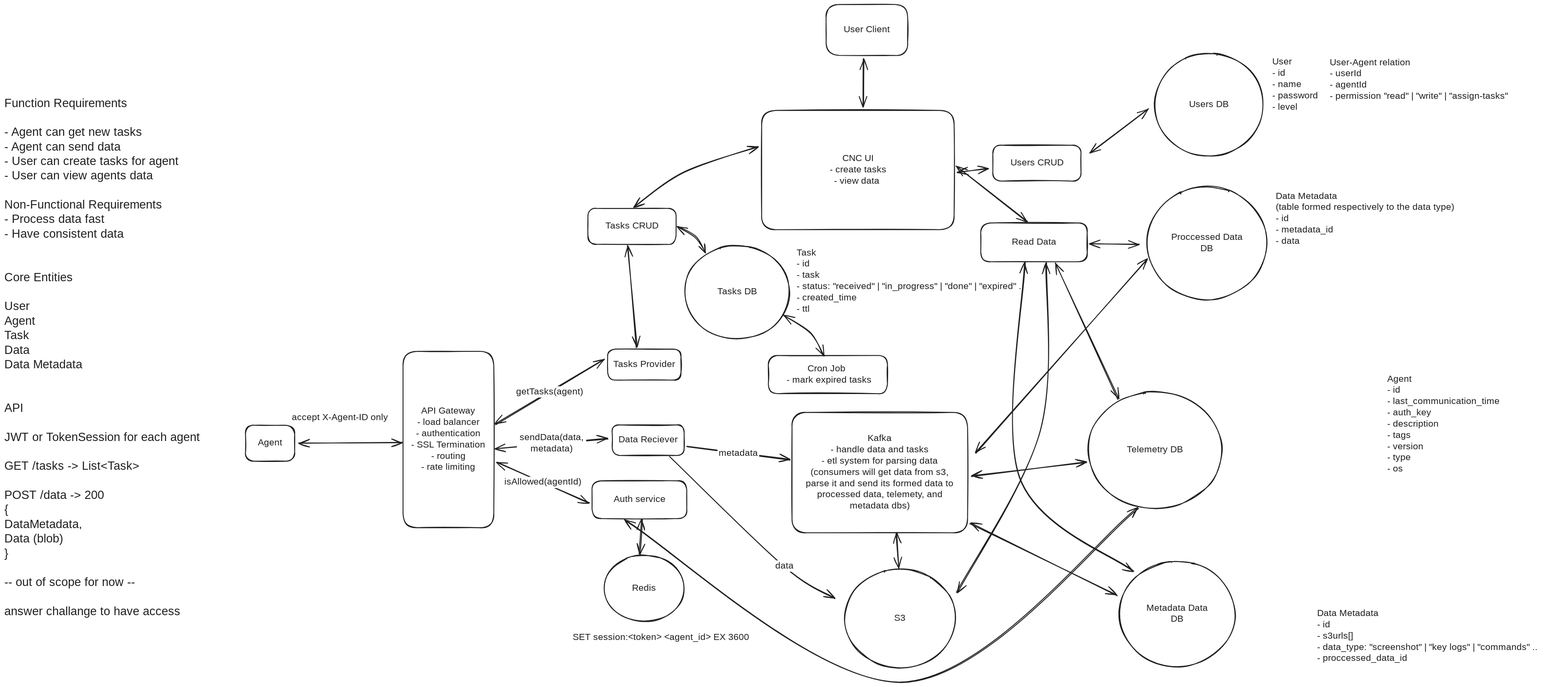
Before: assets/cnc.excalidraw.svg, a diagram exported from Excalidraw (yechielb2000/ghost-minion-cnc). Source tidied: one line per element, renumbered; positions are measured from the earlier drawing's top-left corner, leaving out a move shared by most shapes.
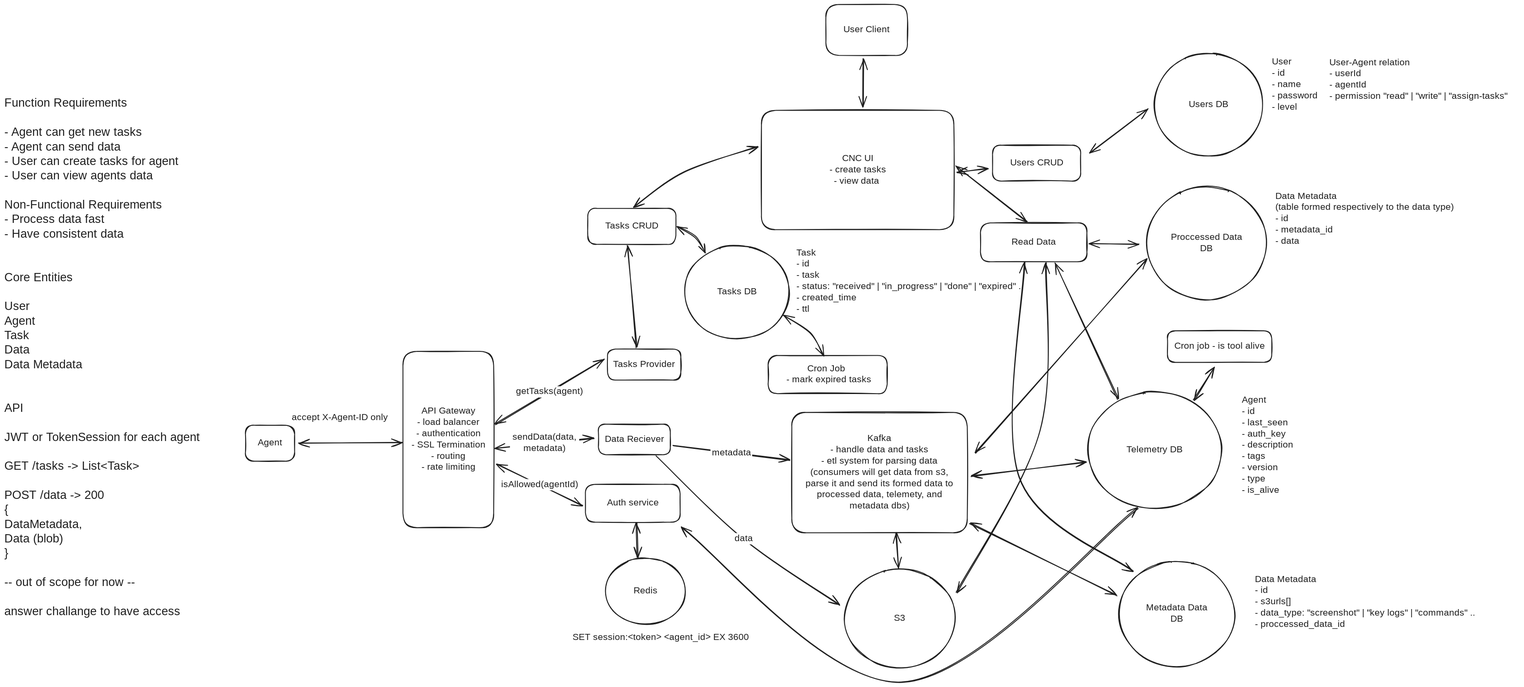
Above is the later version.

Diff of the diagram source:
```diff
@@ -6,20 +6,20 @@
 {"id": 5, "type": "arrow", "strokeColor": "#1e1e1e", "strokeWidth": 2, "roughness": 1, "startArrowhead": "arrow", "endArrowhead": "arrow", "round": true, "from": 1, "to": 3, "x": 654, "y": 975, "width": 230, "height": 0, "points": [[0, 0], [230, 0]]}
 {"id": 6, "type": "rectangle", "strokeColor": "#1e1e1e", "strokeWidth": 2, "roughness": 1, "round": true, "x": 1341, "y": 767, "width": 163, "height": 69}
 {"id": 7, "type": "text", "text": "Tasks Provider", "strokeColor": "#1e1e1e", "strokeWidth": 2, "roughness": 1, "fontSize": 20, "fontFamily": 5, "textAlign": "center", "verticalAlign": "middle", "inside": 6, "x": 1349, "y": 789, "width": 148, "height": 25}
-{"id": 8, "type": "rectangle", "strokeColor": "#1e1e1e", "strokeWidth": 2, "roughness": 1, "round": true, "x": 1351, "y": 935, "width": 160, "height": 68}
+{"id": 8, "type": "rectangle", "strokeColor": "#1e1e1e", "strokeWidth": 2, "roughness": 1, "round": true, "x": 1321, "y": 934, "width": 160, "height": 68}
-{"id": 9, "type": "text", "text": "Data Reciever", "strokeColor": "#1e1e1e", "strokeWidth": 2, "roughness": 1, "fontSize": 20, "fontFamily": 5, "textAlign": "center", "verticalAlign": "middle", "inside": 8, "x": 1362, "y": 957, "width": 138, "height": 25}
+{"id": 9, "type": "text", "text": "Data Reciever", "strokeColor": "#1e1e1e", "strokeWidth": 2, "roughness": 1, "fontSize": 20, "fontFamily": 5, "textAlign": "center", "verticalAlign": "middle", "inside": 8, "x": 1332, "y": 955, "width": 138, "height": 25}
 {"id": 10, "type": "arrow", "strokeColor": "#1e1e1e", "strokeWidth": 2, "roughness": 1, "startArrowhead": "arrow", "endArrowhead": "arrow", "round": true, "from": 3, "to": 6, "x": 1092, "y": 934, "width": 241, "height": 144, "points": [[0, 0], [241, -144]]}
 {"id": 11, "type": "text", "text": "getTasks(agent)", "strokeColor": "#1e1e1e", "strokeWidth": 2, "roughness": 1, "fontSize": 20, "fontFamily": 5, "textAlign": "center", "verticalAlign": "middle", "inside": 10, "x": 1166, "y": 897, "width": 164, "height": 25}
-{"id": 12, "type": "arrow", "strokeColor": "#1e1e1e", "strokeWidth": 2, "roughness": 1, "startArrowhead": "arrow", "endArrowhead": "arrow", "round": true, "from": 3, "to": 8, "x": 1091, "y": 988, "width": 252, "height": 22, "points": [[0, 0], [252, -22]]}
+{"id": 12, "type": "arrow", "strokeColor": "#1e1e1e", "strokeWidth": 2, "roughness": 1, "startArrowhead": "arrow", "endArrowhead": "arrow", "round": true, "from": 3, "to": 8, "x": 1091, "y": 987, "width": 221, "height": 22, "points": [[0, 0], [221, -22]]}
 {"id": 13, "type": "text", "text": "sendData(data,\nmetadata)", "strokeColor": "#1e1e1e", "strokeWidth": 2, "roughness": 1, "fontSize": 20, "fontFamily": 5, "textAlign": "center", "verticalAlign": "middle", "inside": 12, "x": 1175, "y": 995, "width": 154, "height": 50}
 {"id": 14, "type": "rectangle", "strokeColor": "#1e1e1e", "strokeWidth": 2, "roughness": 1, "round": true, "x": 1751, "y": 908, "width": 390, "height": 268}
 {"id": 15, "type": "text", "text": "Kafka\n- handle data and tasks\n- etl system for parsing data\n(consumers will get data from s3,\nparse it and send its formed data to\nprocessed data, telemety, and\nmetadata dbs)", "strokeColor": "#1e1e1e", "strokeWidth": 2, "roughness": 1, "fontSize": 20, "fontFamily": 5, "textAlign": "center", "verticalAlign": "middle", "inside": 14, "x": 1764, "y": 954, "width": 365, "height": 175}
-{"id": 16, "type": "arrow", "strokeColor": "#1e1e1e", "strokeWidth": 2, "roughness": 1, "endArrowhead": "arrow", "round": true, "from": 8, "to": 14, "x": 1518, "y": 984, "width": 228, "height": 30, "points": [[0, 0], [228, 30]]}
+{"id": 16, "type": "arrow", "strokeColor": "#1e1e1e", "strokeWidth": 2, "roughness": 1, "endArrowhead": "arrow", "round": true, "from": 8, "to": 14, "x": 1488, "y": 982, "width": 258, "height": 32, "points": [[0, 0], [258, 32]]}
 {"id": 17, "type": "text", "text": "metadata", "strokeColor": "#1e1e1e", "strokeWidth": 2, "roughness": 1, "fontSize": 20, "fontFamily": 5, "textAlign": "center", "verticalAlign": "middle", "inside": 16, "x": 1579, "y": 952, "width": 93, "height": 25}
 {"id": 18, "type": "ellipse", "strokeColor": "#1e1e1e", "strokeWidth": 2, "roughness": 1, "round": true, "x": 1868, "y": 1257, "width": 247, "height": 219}
 {"id": 19, "type": "text", "text": "S3", "strokeColor": "#1e1e1e", "strokeWidth": 2, "roughness": 1, "fontSize": 20, "fontFamily": 5, "textAlign": "center", "verticalAlign": "middle", "inside": 18, "x": 1979, "y": 1354, "width": 25, "height": 25}
-{"id": 20, "type": "arrow", "strokeColor": "#1e1e1e", "strokeWidth": 2, "roughness": 1, "endArrowhead": "arrow", "round": true, "from": 8, "to": 18, "x": 1479, "y": 1007, "width": 367, "height": 314, "points": [[0, 0], [255, 243], [367, 314]]}
+{"id": 20, "type": "arrow", "strokeColor": "#1e1e1e", "strokeWidth": 2, "roughness": 1, "endArrowhead": "arrow", "round": true, "from": 8, "to": 18, "x": 1449, "y": 1005, "width": 408, "height": 330, "points": [[0, 0], [195, 183], [408, 330]]}
-{"id": 21, "type": "text", "text": "data", "strokeColor": "#1e1e1e", "strokeWidth": 2, "roughness": 1, "fontSize": 20, "fontFamily": 5, "textAlign": "center", "verticalAlign": "middle", "inside": 20, "x": 1721, "y": 1186, "width": 46, "height": 25}
+{"id": 21, "type": "text", "text": "data", "strokeColor": "#1e1e1e", "strokeWidth": 2, "roughness": 1, "fontSize": 20, "fontFamily": 5, "textAlign": "center", "verticalAlign": "middle", "inside": 20, "x": 1711, "y": 1237, "width": 46, "height": 25}
 {"id": 22, "type": "ellipse", "strokeColor": "#1e1e1e", "strokeWidth": 2, "roughness": 1, "round": true, "x": 2479, "y": 1239, "width": 257, "height": 235}
 {"id": 23, "type": "text", "text": "Metadata Data\nDB", "strokeColor": "#1e1e1e", "strokeWidth": 2, "roughness": 1, "fontSize": 20, "fontFamily": 5, "textAlign": "center", "verticalAlign": "middle", "inside": 22, "x": 2532, "y": 1331, "width": 153, "height": 50}
 {"id": 24, "type": "ellipse", "strokeColor": "#1e1e1e", "strokeWidth": 2, "roughness": 1, "round": true, "x": 2558, "y": 108, "width": 241, "height": 229}
@@ -42,12 +42,12 @@
 {"id": 41, "type": "arrow", "strokeColor": "#1e1e1e", "strokeWidth": 2, "roughness": 1, "startArrowhead": "arrow", "endArrowhead": "arrow", "round": true, "from": 26, "to": 39, "x": 2117, "y": 360, "width": 158, "height": 124, "points": [[0, 0], [158, 124]]}
 {"id": 42, "type": "arrow", "strokeColor": "#1e1e1e", "strokeWidth": 2, "roughness": 1, "startArrowhead": "arrow", "endArrowhead": "arrow", "round": true, "from": 39, "to": 22, "x": 2269, "y": 575, "width": 253, "height": 686, "points": [[0, 0], [-13, 477], [241, 686]]}
 {"id": 43, "type": "text", "text": "User\n- id\n- name\n- password\n- level", "strokeColor": "#1e1e1e", "strokeWidth": 2, "roughness": 1, "fontSize": 20, "fontFamily": 5, "x": 2819, "y": 116, "width": 106, "height": 125}
-{"id": 44, "type": "text", "text": "Data Metadata\n- id\n- s3urls[]\n- data_type: \"screenshot\" | \"key logs\" | \"commands\" ..\n- proccessed_data_id", "strokeColor": "#1e1e1e", "strokeWidth": 2, "roughness": 1, "fontSize": 20, "fontFamily": 5, "x": 2919, "y": 1343, "width": 516, "height": 125}
+{"id": 44, "type": "text", "text": "Data Metadata\n- id\n- s3urls[]\n- data_type: \"screenshot\" | \"key logs\" | \"commands\" ..\n- proccessed_data_id", "strokeColor": "#1e1e1e", "strokeWidth": 2, "roughness": 1, "fontSize": 20, "fontFamily": 5, "x": 2781, "y": 1267, "width": 516, "height": 125}
 {"id": 45, "type": "ellipse", "strokeColor": "#1e1e1e", "strokeWidth": 2, "roughness": 1, "round": true, "x": 2541, "y": 405, "width": 266, "height": 251}
 {"id": 46, "type": "text", "text": "Proccessed Data\nDB", "strokeColor": "#1e1e1e", "strokeWidth": 2, "roughness": 1, "fontSize": 20, "fontFamily": 5, "textAlign": "center", "verticalAlign": "middle", "inside": 45, "x": 2590, "y": 506, "width": 167, "height": 50}
 {"id": 47, "type": "text", "text": "Data Metadata\n(table formed respectively to the data type)\n- id\n- metadata_id\n- data", "strokeColor": "#1e1e1e", "strokeWidth": 2, "roughness": 1, "fontSize": 20, "fontFamily": 5, "x": 2827, "y": 415, "width": 439, "height": 125}
 {"id": 48, "type": "arrow", "strokeColor": "#1e1e1e", "strokeWidth": 2, "roughness": 1, "startArrowhead": "arrow", "endArrowhead": "arrow", "round": true, "from": 39, "to": 45, "x": 2414, "y": 532, "width": 110, "height": 2, "points": [[0, 0], [110, 2]]}
-{"id": 49, "type": "arrow", "strokeColor": "#1e1e1e", "strokeWidth": 2, "roughness": 1, "startArrowhead": "arrow", "endArrowhead": "arrow", "round": true, "from": 45, "to": 14, "x": 2541, "y": 567, "width": 379, "height": 431, "points": [[0, 0], [-379, 431]]}
+{"id": 49, "type": "arrow", "strokeColor": "#1e1e1e", "strokeWidth": 2, "roughness": 1, "startArrowhead": "arrow", "endArrowhead": "arrow", "round": true, "from": 45, "to": 14, "x": 2541, "y": 566, "width": 379, "height": 431, "points": [[0, 0], [-379, 431]]}
 {"id": 50, "type": "arrow", "strokeColor": "#1e1e1e", "strokeWidth": 2, "roughness": 1, "startArrowhead": "arrow", "endArrowhead": "arrow", "round": true, "from": 39, "to": 18, "x": 2317, "y": 575, "width": 199, "height": 734, "points": [[0, 0], [-13, 374], [-199, 734]]}
 {"id": 51, "type": "text", "text": "Task\n- id\n- task\n- status: \"received\" | \"in_progress\" | \"done\" | \"expired\" ..\n- created_time\n- ttl", "strokeColor": "#1e1e1e", "strokeWidth": 2, "roughness": 1, "fontSize": 20, "fontFamily": 5, "x": 1762, "y": 541, "width": 542, "height": 150}
 {"id": 52, "type": "rectangle", "strokeColor": "#1e1e1e", "strokeWidth": 2, "roughness": 1, "round": true, "x": 1699, "y": 781, "width": 265, "height": 85}
@@ -58,19 +58,22 @@
 {"id": 57, "type": "text", "text": "Telemetry DB", "strokeColor": "#1e1e1e", "strokeWidth": 2, "roughness": 1, "fontSize": 20, "fontFamily": 5, "textAlign": "center", "verticalAlign": "middle", "inside": 56, "x": 2491, "y": 979, "width": 134, "height": 25}
 {"id": 58, "type": "arrow", "strokeColor": "#1e1e1e", "strokeWidth": 2, "roughness": 1, "startArrowhead": "arrow", "endArrowhead": "arrow", "round": true, "from": 28, "to": 24, "x": 2415, "y": 329, "width": 130, "height": 98, "points": [[0, 0], [130, -98]]}
 {"id": 59, "type": "arrow", "strokeColor": "#1e1e1e", "strokeWidth": 2, "roughness": 1, "startArrowhead": "arrow", "endArrowhead": "arrow", "round": true, "from": 14, "to": 56, "x": 2150, "y": 1049, "width": 255, "height": 31, "points": [[0, 0], [255, -31]]}
-{"id": 60, "type": "text", "text": "Agent\n- id\n- last_communication_time\n- auth_key\n- description\n- tags\n- version\n- type\n- os\n", "strokeColor": "#1e1e1e", "strokeWidth": 2, "roughness": 1, "fontSize": 20, "fontFamily": 5, "x": 3075, "y": 822, "width": 392, "height": 250}
+{"id": 60, "type": "text", "text": "Agent\n- id\n- last_seen\n- auth_key\n- description\n- tags\n- version\n- type\n- is_alive", "strokeColor": "#1e1e1e", "strokeWidth": 2, "roughness": 1, "fontSize": 20, "fontFamily": 5, "x": 2753, "y": 869, "width": 392, "height": 225}
 {"id": 61, "type": "arrow", "strokeColor": "#1e1e1e", "strokeWidth": 2, "roughness": 1, "startArrowhead": "arrow", "endArrowhead": "arrow", "round": true, "from": 39, "to": 56, "x": 2337, "y": 577, "width": 140, "height": 301, "points": [[0, 0], [140, 301]]}
 {"id": 62, "type": "text", "text": "User-Agent relation\n- userId\n- agentId\n- permission \"read\" | \"write\" | \"assign-tasks\"", "strokeColor": "#1e1e1e", "strokeWidth": 2, "roughness": 1, "fontSize": 20, "fontFamily": 5, "x": 2947, "y": 117, "width": 423, "height": 100}
 {"id": 63, "type": "rectangle", "strokeColor": "#1e1e1e", "strokeWidth": 2, "roughness": 1, "round": true, "x": 1827, "y": 0, "width": 181, "height": 113}
 {"id": 64, "type": "text", "text": "User Client", "strokeColor": "#1e1e1e", "strokeWidth": 2, "roughness": 1, "fontSize": 20, "fontFamily": 5, "textAlign": "center", "verticalAlign": "middle", "inside": 63, "x": 1865, "y": 44, "width": 107, "height": 25}
 {"id": 65, "type": "arrow", "strokeColor": "#1e1e1e", "strokeWidth": 2, "roughness": 1, "startArrowhead": "arrow", "endArrowhead": "arrow", "round": true, "from": 63, "to": 26, "x": 1911, "y": 121, "width": 0, "height": 105, "points": [[0, 0], [0, 105]]}
 {"id": 66, "type": "text", "text": "accept X-Agent-ID only", "strokeColor": "#1e1e1e", "strokeWidth": 2, "roughness": 1, "fontSize": 20, "fontFamily": 5, "x": 639, "y": 907, "width": 229, "height": 25}
-{"id": 67, "type": "rectangle", "strokeColor": "#1e1e1e", "strokeWidth": 2, "roughness": 1, "round": true, "x": 1307, "y": 1060, "width": 211, "height": 84}
+{"id": 67, "type": "rectangle", "strokeColor": "#1e1e1e", "strokeWidth": 2, "roughness": 1, "round": true, "x": 1292, "y": 1068, "width": 211, "height": 84}
-{"id": 68, "type": "text", "text": "Auth service", "strokeColor": "#1e1e1e", "strokeWidth": 2, "roughness": 1, "fontSize": 20, "fontFamily": 5, "textAlign": "center", "verticalAlign": "middle", "inside": 67, "x": 1352, "y": 1089, "width": 121, "height": 25}
+{"id": 68, "type": "text", "text": "Auth service", "strokeColor": "#1e1e1e", "strokeWidth": 2, "roughness": 1, "fontSize": 20, "fontFamily": 5, "textAlign": "center", "verticalAlign": "middle", "inside": 67, "x": 1337, "y": 1097, "width": 121, "height": 25}
-{"id": 69, "type": "arrow", "strokeColor": "#1e1e1e", "strokeWidth": 2, "roughness": 1, "startArrowhead": "arrow", "endArrowhead": "arrow", "round": true, "from": 3, "to": 67, "x": 1095, "y": 1018, "width": 205, "height": 91, "points": [[0, 0], [205, 91]]}
+{"id": 69, "type": "arrow", "strokeColor": "#1e1e1e", "strokeWidth": 2, "roughness": 1, "startArrowhead": "arrow", "endArrowhead": "arrow", "round": true, "from": 3, "to": 67, "x": 1095, "y": 1022, "width": 191, "height": 93, "points": [[0, 0], [191, 93]]}
 {"id": 70, "type": "text", "text": "isAllowed(agentId)", "strokeColor": "#1e1e1e", "strokeWidth": 2, "roughness": 1, "fontSize": 20, "fontFamily": 5, "textAlign": "center", "verticalAlign": "middle", "inside": 69, "x": 1089, "y": 1051, "width": 182, "height": 25}
-{"id": 71, "type": "ellipse", "strokeColor": "#1e1e1e", "strokeWidth": 2, "roughness": 1, "round": true, "x": 1333, "y": 1225, "width": 179, "height": 148}
+{"id": 71, "type": "ellipse", "strokeColor": "#1e1e1e", "strokeWidth": 2, "roughness": 1, "round": true, "x": 1337, "y": 1231, "width": 179, "height": 148}
-{"id": 72, "type": "text", "text": "Redis", "strokeColor": "#1e1e1e", "strokeWidth": 2, "roughness": 1, "fontSize": 20, "fontFamily": 5, "textAlign": "center", "verticalAlign": "middle", "inside": 71, "x": 1396, "y": 1287, "width": 53, "height": 25}
+{"id": 72, "type": "text", "text": "Redis", "strokeColor": "#1e1e1e", "strokeWidth": 2, "roughness": 1, "fontSize": 20, "fontFamily": 5, "textAlign": "center", "verticalAlign": "middle", "inside": 71, "x": 1399, "y": 1293, "width": 53, "height": 25}
-{"id": 73, "type": "arrow", "strokeColor": "#1e1e1e", "strokeWidth": 2, "roughness": 1, "startArrowhead": "arrow", "endArrowhead": "arrow", "round": true, "from": 67, "to": 71, "x": 1417, "y": 1144, "width": 5, "height": 78, "points": [[0, 0], [-5, 78]]}
+{"id": 73, "type": "arrow", "strokeColor": "#1e1e1e", "strokeWidth": 2, "roughness": 1, "startArrowhead": "arrow", "endArrowhead": "arrow", "round": true, "from": 67, "to": 71, "x": 1405, "y": 1152, "width": 3, "height": 78, "points": [[0, 0], [3, 78]]}
-{"id": 74, "type": "arrow", "strokeColor": "#1e1e1e", "strokeWidth": 2, "roughness": 1, "startArrowhead": "arrow", "endArrowhead": "arrow", "round": true, "from": 56, "to": 67, "x": 2521, "y": 1120, "width": 1142, "height": 389, "points": [[0, 0], [-526, 389], [-1142, 28]]}
+{"id": 74, "type": "arrow", "strokeColor": "#1e1e1e", "strokeWidth": 2, "roughness": 1, "startArrowhead": "arrow", "endArrowhead": "arrow", "round": true, "from": 56, "to": 67, "x": 2521, "y": 1120, "width": 1015, "height": 389, "points": [[0, 0], [-526, 389], [-1015, 44]]}
 {"id": 75, "type": "text", "text": "SET session:<token> <agent_id> EX 3600", "strokeColor": "#1e1e1e", "strokeWidth": 2, "roughness": 1, "fontSize": 20, "fontFamily": 5, "x": 1264, "y": 1397, "width": 414, "height": 25}
+{"id": 76, "type": "rectangle", "strokeColor": "#1e1e1e", "strokeWidth": 2, "roughness": 1, "round": true, "x": 2587, "y": 726, "width": 232, "height": 70}
+{"id": 77, "type": "text", "text": "Cron job - is tool alive", "strokeColor": "#1e1e1e", "strokeWidth": 2, "roughness": 1, "fontSize": 20, "fontFamily": 5, "textAlign": "center", "verticalAlign": "middle", "inside": 76, "x": 2594, "y": 749, "width": 219, "height": 25}
+{"id": 78, "type": "arrow", "strokeColor": "#1e1e1e", "strokeWidth": 2, "roughness": 1, "startArrowhead": "arrow", "endArrowhead": "arrow", "round": true, "from": 76, "to": 56, "x": 2691, "y": 808, "width": 46, "height": 72, "points": [[0, 0], [-46, 72]]}
```
